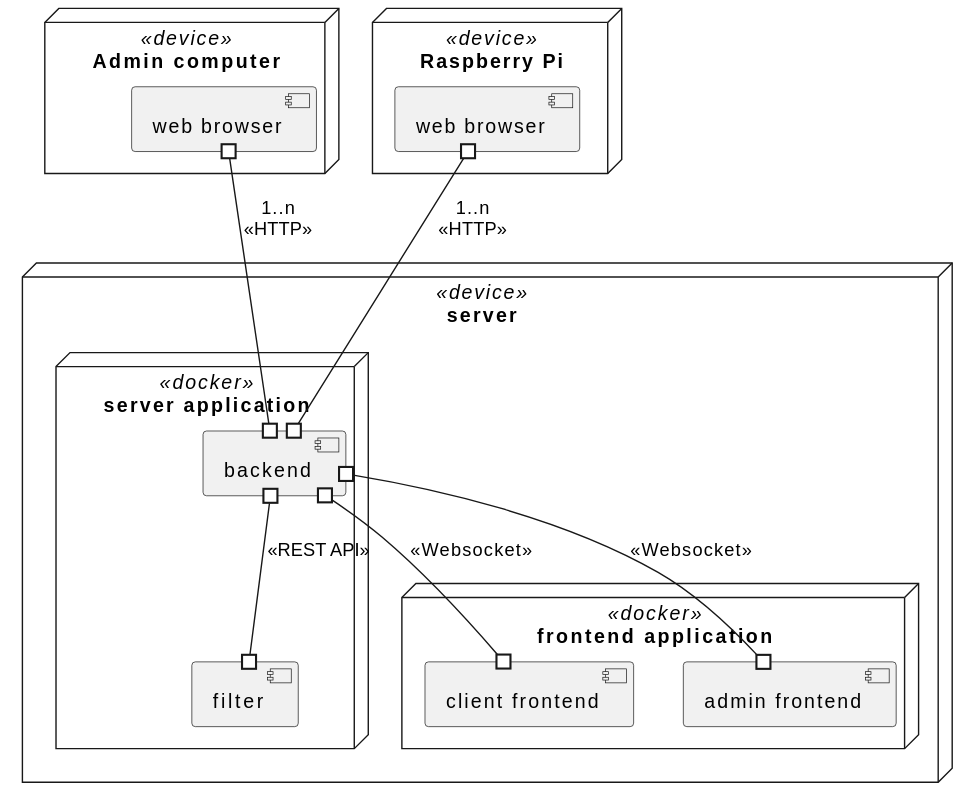
Earlier version of the PlantUML export doc/assets/deployment.svg (WallCaster/WallCaster).
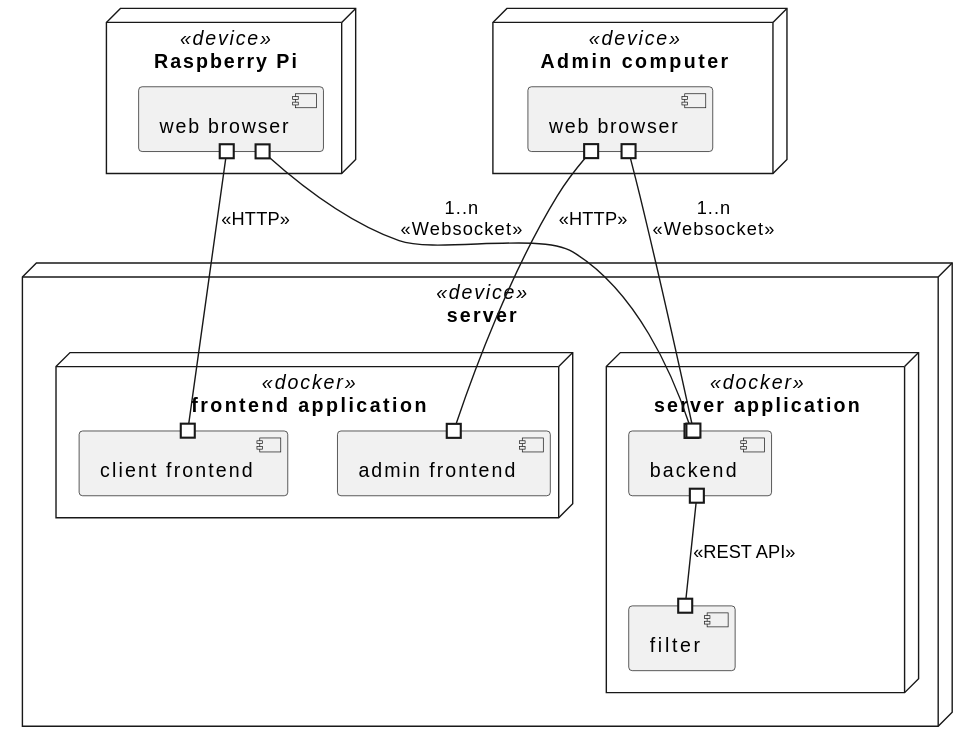
The same file after the commit.

Commit message:
update deployment diagram

Diff of the diagram source:
```diff
@@ -20,9 +20,9 @@
 }
 
 
-bck #--# afr: ""<<Websocket>>""
-bck #-# cfr: ""<<Websocket>>""
-wb #--# bck: ""1..n\n<<HTTP>>""
-wb2 #--# bck: ""1..n\n<<HTTP>>""
+wb2 #--# afr: ""<<HTTP>>""
+wb #-# cfr: ""<<HTTP>>""
+wb #--# bck: ""1..n\n<<Websocket>>""
+wb2 #--# bck: ""1..n\n<<Websocket>>""
 bck #--# flt: ""<<REST API>>""
 @enduml
```
